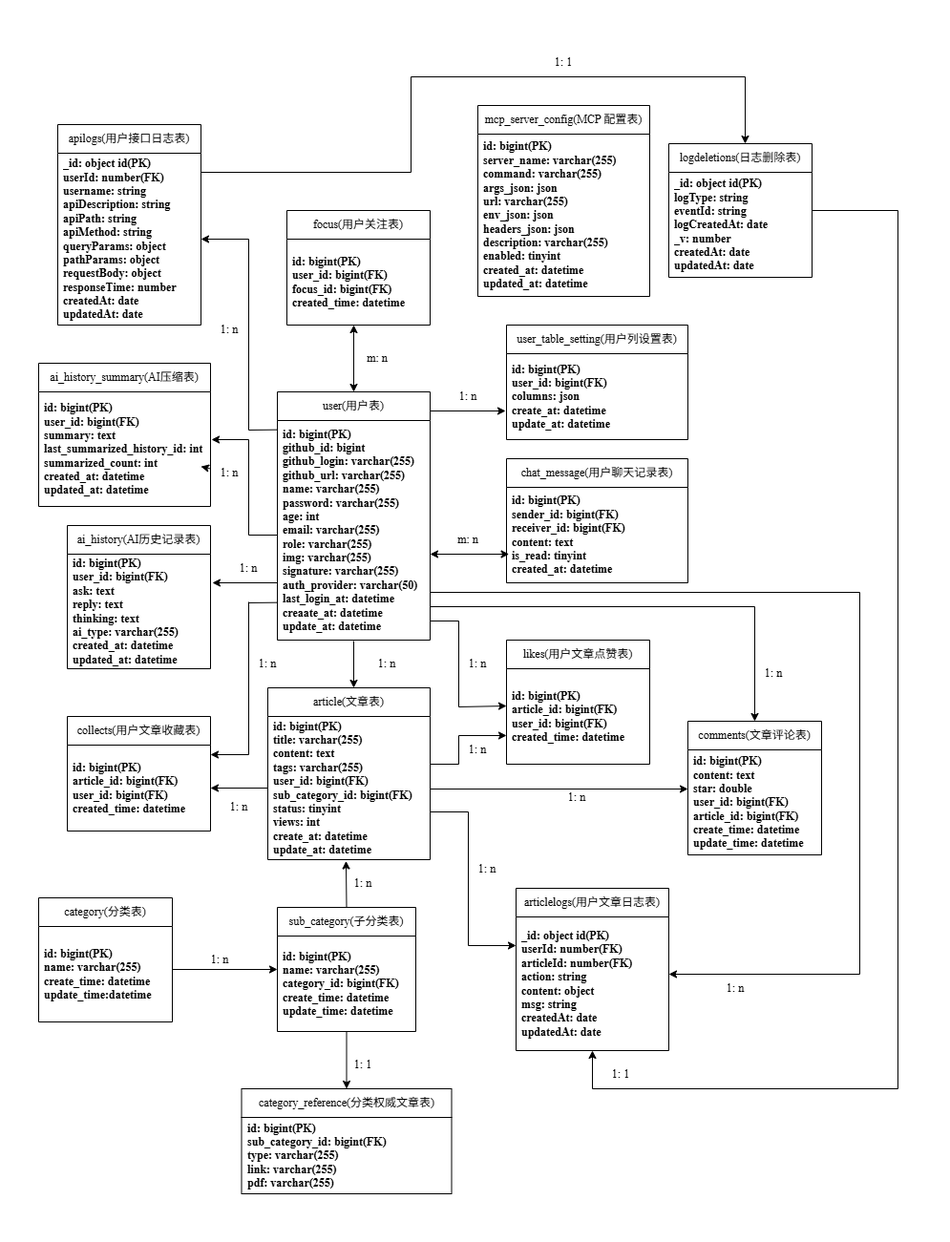
Before: static/pic/er.drawio.png, a diagram exported from draw.io (hongch666/mix-web-demo). Source tidied: cells renumbered, new cells last; positions are measured from the earlier drawing's top-left corner, leaving out a move shared by most shapes.
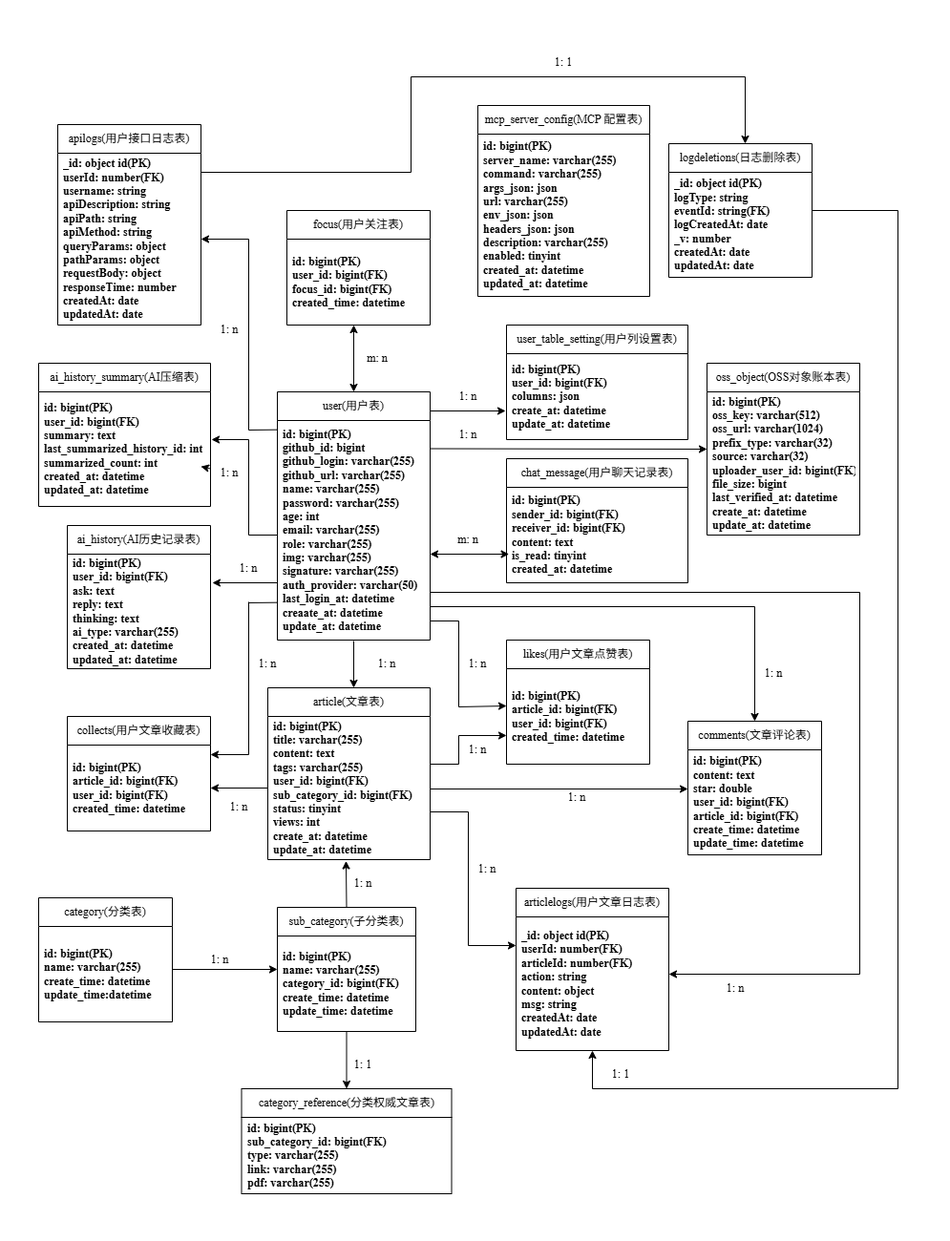
Later version of the same file.

Commit message:
更新 ER 图图片

Diff of the diagram source:
```diff
@@ -352,7 +352,7 @@
     <mxCell id="90" value="logdeletions(日志删除表)" style="swimlane;fontStyle=0;horizontal=1;startSize=30;whiteSpace=wrap;html=1;fontColor=default;fontFamily=Times New Roman;" parent="1" vertex="1">
       <mxGeometry x="700" y="150" width="150" height="140" as="geometry" />
     </mxCell>
-    <mxCell id="91" value="&lt;b&gt;_id: object id(PK)&lt;/b&gt;&lt;div&gt;&lt;b&gt;logType: string&lt;/b&gt;&lt;/div&gt;&lt;div&gt;&lt;b&gt;eventId: string&lt;/b&gt;&lt;/div&gt;&lt;div&gt;&lt;b&gt;logCreatedAt: date&lt;/b&gt;&lt;/div&gt;&lt;div&gt;&lt;b&gt;_v: number&lt;/b&gt;&lt;/div&gt;&lt;div&gt;&lt;b&gt;createdAt: date&lt;/b&gt;&lt;/div&gt;&lt;div&gt;&lt;b&gt;updatedAt: date&lt;/b&gt;&lt;/div&gt;" style="text;strokeColor=none;fillColor=none;align=left;verticalAlign=middle;spacingLeft=4;spacingRight=4;overflow=hidden;whiteSpace=wrap;html=1;fontFamily=Times New Roman;" parent="90" vertex="1">
+    <mxCell id="91" value="&lt;b&gt;_id: object id(PK)&lt;/b&gt;&lt;div&gt;&lt;b&gt;logType: string&lt;/b&gt;&lt;/div&gt;&lt;div&gt;&lt;b&gt;eventId: string(FK)&lt;/b&gt;&lt;/div&gt;&lt;div&gt;&lt;b&gt;logCreatedAt: date&lt;/b&gt;&lt;/div&gt;&lt;div&gt;&lt;b&gt;_v: number&lt;/b&gt;&lt;/div&gt;&lt;div&gt;&lt;b&gt;createdAt: date&lt;/b&gt;&lt;/div&gt;&lt;div&gt;&lt;b&gt;updatedAt: date&lt;/b&gt;&lt;/div&gt;" style="text;strokeColor=none;fillColor=none;align=left;verticalAlign=middle;spacingLeft=4;spacingRight=4;overflow=hidden;whiteSpace=wrap;html=1;fontFamily=Times New Roman;" parent="90" vertex="1">
       <mxGeometry y="30" width="150" height="110" as="geometry" />
     </mxCell>
     <mxCell id="92" style="endArrow=none;html=1;fontFamily=Times New Roman;" parent="1" edge="1">
@@ -408,5 +408,19 @@
     <mxCell id="101" value="1: 1" style="text;html=1;align=center;verticalAlign=middle;whiteSpace=wrap;rounded=0;fontFamily=Times New Roman;" parent="1" vertex="1">
       <mxGeometry x="620" y="1110" width="60" height="30" as="geometry" />
     </mxCell>
+    <mxCell id="102" value="oss_object&lt;span style=&quot;&quot;&gt;(OSS对象账本表)&lt;/span&gt;" style="swimlane;fontStyle=0;horizontal=1;startSize=30;whiteSpace=wrap;html=1;fontColor=light-dark(#000000,#FFFFFF);fontFamily=Times New Roman;" parent="1" vertex="1">
+      <mxGeometry x="740" y="380" width="160" height="180" as="geometry" />
+    </mxCell>
+    <mxCell id="103" value="&lt;span style=&quot;scrollbar-color: rgb(75, 75, 75) rgb(27, 29, 30);&quot;&gt;&lt;b&gt;id: bigint(PK)&lt;/b&gt;&lt;/span&gt;&lt;div&gt;&lt;span style=&quot;scrollbar-color: rgb(75, 75, 75) rgb(27, 29, 30);&quot;&gt;&lt;b style=&quot;scrollbar-color: rgb(75, 75, 75) rgb(27, 29, 30);&quot;&gt;oss_key: &lt;/b&gt;&lt;/span&gt;&lt;b style=&quot;scrollbar-color: rgb(75, 75, 75) rgb(27, 29, 30); background-color: transparent;&quot;&gt;varchar(512)&lt;/b&gt;&lt;/div&gt;&lt;div&gt;&lt;span style=&quot;scrollbar-color: rgb(75, 75, 75) rgb(27, 29, 30);&quot;&gt;&lt;b style=&quot;scrollbar-color: rgb(75, 75, 75) rgb(27, 29, 30);&quot;&gt;oss_url: &lt;/b&gt;&lt;/span&gt;&lt;b style=&quot;scrollbar-color: rgb(75, 75, 75) rgb(27, 29, 30); background-color: transparent;&quot;&gt;varchar(1024)&lt;/b&gt;&lt;b&gt;&lt;br&gt;&lt;/b&gt;&lt;span style=&quot;scrollbar-color: rgb(75, 75, 75) rgb(27, 29, 30);&quot;&gt;&lt;b style=&quot;scrollbar-color: rgb(75, 75, 75) rgb(27, 29, 30);&quot;&gt;prefix_type: &lt;/b&gt;&lt;/span&gt;&lt;b style=&quot;scrollbar-color: rgb(75, 75, 75) rgb(27, 29, 30); background-color: transparent;&quot;&gt;varchar(32)&lt;/b&gt;&lt;b style=&quot;scrollbar-color: rgba(78, 86, 102, 0.38) rgb(22, 25, 29);&quot;&gt;&lt;br style=&quot;scrollbar-color: rgba(78, 86, 102, 0.38) rgb(22, 25, 29);&quot;&gt;&lt;/b&gt;&lt;span style=&quot;scrollbar-color: rgb(75, 75, 75) rgb(27, 29, 30);&quot;&gt;&lt;b style=&quot;scrollbar-color: rgb(75, 75, 75) rgb(27, 29, 30);&quot;&gt;source: &lt;/b&gt;&lt;/span&gt;&lt;b style=&quot;scrollbar-color: rgb(75, 75, 75) rgb(27, 29, 30); background-color: transparent;&quot;&gt;varchar(32)&lt;/b&gt;&lt;b style=&quot;scrollbar-color: rgba(78, 86, 102, 0.38) rgb(22, 25, 29);&quot;&gt;&lt;br style=&quot;scrollbar-color: rgba(78, 86, 102, 0.38) rgb(22, 25, 29);&quot;&gt;&lt;/b&gt;&lt;div style=&quot;scrollbar-color: rgb(75, 75, 75) rgb(27, 29, 30);&quot;&gt;&lt;span style=&quot;scrollbar-color: rgb(75, 75, 75) rgb(27, 29, 30);&quot;&gt;&lt;b&gt;uploader_user_id:&amp;nbsp;&lt;/b&gt;&lt;/span&gt;&lt;b style=&quot;background-color: transparent; scrollbar-color: rgb(75, 75, 75) rgb(27, 29, 30);&quot;&gt;bigint(FK)&lt;/b&gt;&lt;/div&gt;&lt;div style=&quot;scrollbar-color: rgb(75, 75, 75) rgb(27, 29, 30);&quot;&gt;&lt;span style=&quot;scrollbar-color: rgb(75, 75, 75) rgb(27, 29, 30);&quot;&gt;&lt;b style=&quot;scrollbar-color: rgb(75, 75, 75) rgb(27, 29, 30);&quot;&gt;file_size: &lt;/b&gt;&lt;/span&gt;&lt;b style=&quot;scrollbar-color: rgb(75, 75, 75) rgb(27, 29, 30); background-color: transparent;&quot;&gt;bigint&lt;/b&gt;&lt;/div&gt;&lt;div style=&quot;scrollbar-color: rgb(75, 75, 75) rgb(27, 29, 30);&quot;&gt;&lt;b style=&quot;scrollbar-color: rgb(75, 75, 75) rgb(27, 29, 30); background-color: transparent;&quot;&gt;&lt;b style=&quot;scrollbar-color: rgb(75, 75, 75) rgb(27, 29, 30);&quot;&gt;last_verified_at: datetime&lt;/b&gt;&lt;/b&gt;&lt;/div&gt;&lt;div style=&quot;scrollbar-color: rgb(75, 75, 75) rgb(27, 29, 30);&quot;&gt;&lt;span style=&quot;scrollbar-color: rgb(75, 75, 75) rgb(27, 29, 30);&quot;&gt;&lt;b&gt;create_at: datetime&lt;/b&gt;&lt;/span&gt;&lt;/div&gt;&lt;div style=&quot;scrollbar-color: rgb(75, 75, 75) rgb(27, 29, 30);&quot;&gt;&lt;span style=&quot;scrollbar-color: rgb(75, 75, 75) rgb(27, 29, 30);&quot;&gt;&lt;b style=&quot;scrollbar-color: rgb(75, 75, 75) rgb(27, 29, 30);&quot;&gt;update_at: datetime&lt;/b&gt;&lt;b&gt;&lt;/b&gt;&lt;/span&gt;&lt;/div&gt;&lt;/div&gt;" style="text;strokeColor=none;fillColor=none;align=left;verticalAlign=middle;spacingLeft=4;spacingRight=4;overflow=hidden;whiteSpace=wrap;html=1;fontColor=light-dark(#000000,#FFFFFF);fontFamily=Times New Roman;" parent="102" vertex="1">
+      <mxGeometry y="30" width="160" height="150" as="geometry" />
+    </mxCell>
+    <mxCell id="104" style="endArrow=classic;html=1;fontFamily=Times New Roman;entryX=0;entryY=0.5;entryDx=0;entryDy=0;" parent="1" edge="1" target="102">
+      <mxGeometry relative="1" as="geometry">
+        <mxPoint x="451" y="469.5" as="sourcePoint" />
+      </mxGeometry>
+    </mxCell>
+    <mxCell id="105" value="1: n" style="text;html=1;align=center;verticalAlign=middle;whiteSpace=wrap;rounded=0;fontFamily=Times New Roman;" parent="1" vertex="1">
+      <mxGeometry x="460" y="440" width="60" height="30" as="geometry" />
+    </mxCell>
   </root>
 </mxGraphModel>
```
